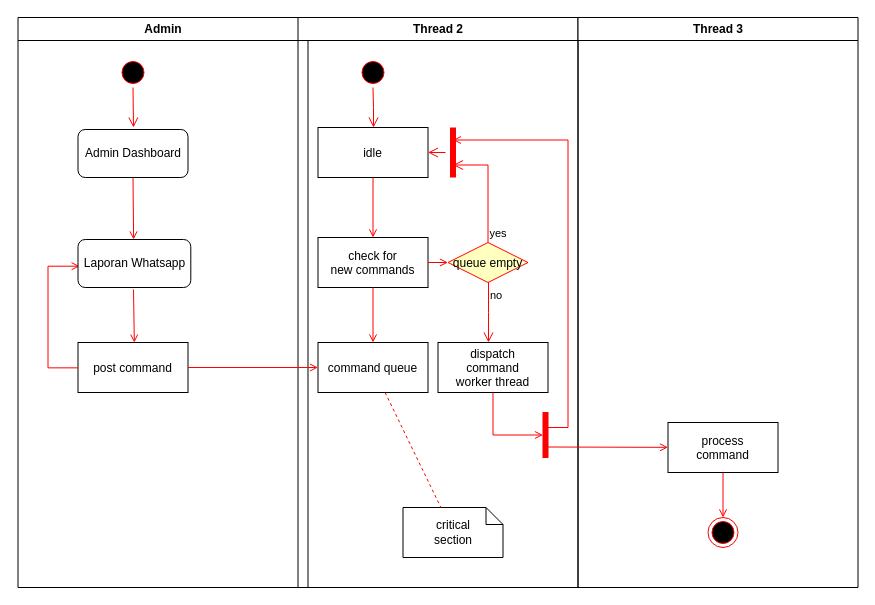
Above: Diagram Tanpa Judul.drawio in Dityaren/Diagram (draw.io), before the change. Source tidied: cells renumbered, new cells numbered last; positions are measured from the earlier drawing's top-left corner, leaving out a move shared by most shapes. Both pictures are drawn from the tidied source at 100%, with x=0, y=0 at pixel (17, 17).
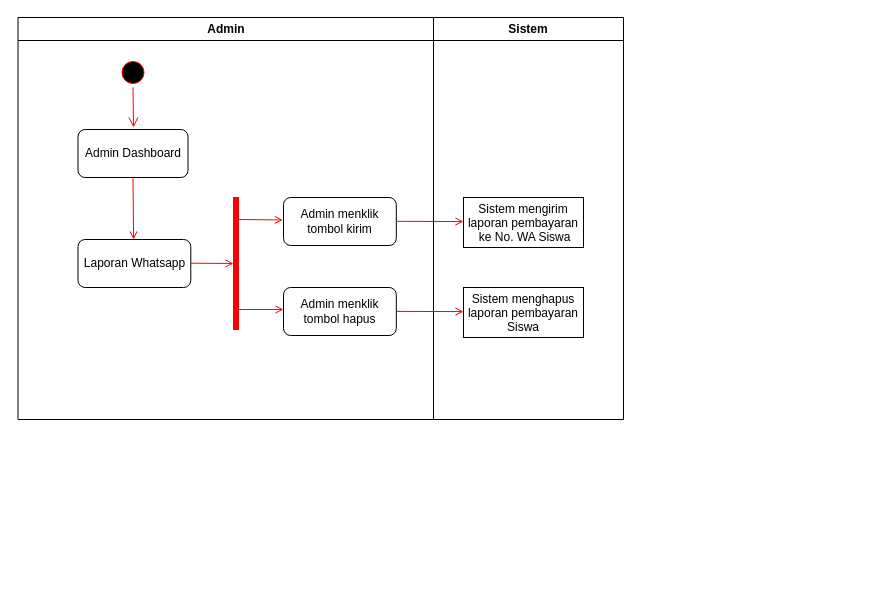
The same diagram, later.

The edit, as a diff of the source:
```diff
@@
     <mxCell id="2" value="Admin" style="swimlane;whiteSpace=wrap;" parent="1" vertex="1">
-      <mxGeometry x="0.5" width="290" height="570" as="geometry" />
+      <mxGeometry x="0.5" width="415.5" height="402" as="geometry" />
     </mxCell>
@@
-    <mxCell id="6" value="post command" parent="2" vertex="1">
-      <mxGeometry x="60" y="325" width="110" height="50" as="geometry" />
-    </mxCell>
-    <mxCell id="7" style="endArrow=open;strokeColor=#FF0000;endFill=1;rounded=0;entryX=0.512;entryY=0.003;entryDx=0;entryDy=0;entryPerimeter=0;" parent="2" edge="1" target="6">
-      <mxGeometry relative="1" as="geometry">
-        <mxPoint x="115.5" y="272" as="sourcePoint" />
-      </mxGeometry>
-    </mxCell>
-    <mxCell id="8" style="edgeStyle=elbowEdgeStyle;elbow=horizontal;strokeColor=#FF0000;endArrow=open;endFill=1;rounded=0;entryX=0.015;entryY=0.573;entryDx=0;entryDy=0;entryPerimeter=0;exitX=0;exitY=0.507;exitDx=0;exitDy=0;exitPerimeter=0;" parent="2" edge="1" source="6">
-      <mxGeometry relative="1" as="geometry">
-        <mxPoint x="61.7" y="248.7" as="targetPoint" />
-        <Array as="points">
-          <mxPoint x="30" y="250" />
-        </Array>
-      </mxGeometry>
-    </mxCell>
@@
+    <mxCell id="37" style="whiteSpace=wrap;strokeColor=#FF0000;fillColor=#FF0000;" parent="2" vertex="1">
+      <mxGeometry x="215.5" y="180" width="5" height="132" as="geometry" />
+    </mxCell>
+    <mxCell id="38" style="endArrow=open;strokeColor=#FF0000;endFill=1;rounded=0;" parent="2" edge="1">
+      <mxGeometry relative="1" as="geometry">
+        <mxPoint x="172.8" y="245.7" as="sourcePoint" />
+        <mxPoint x="215.5" y="246" as="targetPoint" />
+      </mxGeometry>
+    </mxCell>
+    <mxCell id="39" style="endArrow=open;strokeColor=#FF0000;endFill=1;rounded=0;entryX=-0.006;entryY=0.468;entryDx=0;entryDy=0;entryPerimeter=0;" parent="2" edge="1" target="41">
+      <mxGeometry relative="1" as="geometry">
+        <mxPoint x="220.5" y="202" as="sourcePoint" />
+      </mxGeometry>
+    </mxCell>
+    <mxCell id="40" style="endArrow=open;strokeColor=#FF0000;endFill=1;rounded=0;entryX=0;entryY=0.458;entryDx=0;entryDy=0;entryPerimeter=0;" parent="2" edge="1" target="42">
+      <mxGeometry relative="1" as="geometry">
+        <mxPoint x="220.5" y="292" as="sourcePoint" />
+      </mxGeometry>
+    </mxCell>
+    <mxCell id="41" value="Admin menklik tombol kirim" style="rounded=1;whiteSpace=wrap;html=1;" parent="2" vertex="1">
+      <mxGeometry x="265.5" y="180" width="112.8" height="48" as="geometry" />
+    </mxCell>
+    <mxCell id="42" value="Admin menklik tombol hapus" style="rounded=1;whiteSpace=wrap;html=1;" parent="2" vertex="1">
+      <mxGeometry x="265.5" y="270" width="112.8" height="48" as="geometry" />
+    </mxCell>
+    <mxCell id="43" style="endArrow=open;strokeColor=#FF0000;endFill=1;rounded=0;entryX=0;entryY=0.482;entryDx=0;entryDy=0;entryPerimeter=0;" parent="2" edge="1" target="14">
+      <mxGeometry relative="1" as="geometry">
+        <mxPoint x="378.2" y="203.8" as="sourcePoint" />
+      </mxGeometry>
+    </mxCell>
-    <mxCell id="11" value="Thread 2" style="swimlane;whiteSpace=wrap;" parent="1" vertex="1">
-      <mxGeometry x="280.5" width="280" height="570" as="geometry" />
+    <mxCell id="11" value="Sistem" style="swimlane;whiteSpace=wrap;" parent="1" vertex="1">
+      <mxGeometry x="416" width="190" height="402" as="geometry" />
     </mxCell>
-    <mxCell id="12" style="ellipse;shape=startState;fillColor=#000000;strokeColor=#ff0000;" parent="11" vertex="1">
-      <mxGeometry x="60" y="40" width="30" height="30" as="geometry" />
-    </mxCell>
-    <mxCell id="13" style="edgeStyle=elbowEdgeStyle;elbow=horizontal;verticalAlign=bottom;endArrow=open;endSize=8;strokeColor=#FF0000;endFill=1;rounded=0;" parent="11" edge="1" source="12" target="14">
-      <mxGeometry x="40" y="20" as="geometry" />
-    </mxCell>
-    <mxCell id="14" value="idle" parent="11" vertex="1">
-      <mxGeometry x="20" y="110" width="110" height="50" as="geometry" />
+    <mxCell id="14" value="Sistem mengirim &#10;laporan pembayaran&#10; ke No. WA Siswa" parent="11" vertex="1">
+      <mxGeometry x="30" y="180" width="120" height="50" as="geometry" />
     </mxCell>
-    <mxCell id="15" value="check for &#10;new commands" parent="11" vertex="1">
-      <mxGeometry x="20" y="220" width="110" height="50" as="geometry" />
-    </mxCell>
-    <mxCell id="16" style="endArrow=open;strokeColor=#FF0000;endFill=1;rounded=0;" parent="11" edge="1" source="14" target="15">
-      <mxGeometry relative="1" as="geometry" />
-    </mxCell>
-    <mxCell id="17" value="command queue" parent="11" vertex="1">
-      <mxGeometry x="20" y="325" width="110" height="50" as="geometry" />
-    </mxCell>
-    <mxCell id="18" style="endArrow=open;strokeColor=#FF0000;endFill=1;rounded=0;" parent="11" edge="1" source="15" target="17">
-      <mxGeometry relative="1" as="geometry" />
-    </mxCell>
-    <mxCell id="19" value="queue empty" style="rhombus;fillColor=#ffffc0;strokeColor=#ff0000;" parent="11" vertex="1">
-      <mxGeometry x="150" y="225" width="80" height="40" as="geometry" />
-    </mxCell>
-    <mxCell id="20" value="yes" style="edgeStyle=elbowEdgeStyle;elbow=horizontal;align=left;verticalAlign=bottom;endArrow=open;endSize=8;strokeColor=#FF0000;exitX=0.5;exitY=0;endFill=1;rounded=0;entryX=0.75;entryY=0.5;entryPerimeter=0;" parent="11" edge="1" source="19" target="23">
-      <mxGeometry x="-1" relative="1" as="geometry">
-        <Array as="points">
-          <mxPoint x="190" y="180" />
-        </Array>
-      </mxGeometry>
-    </mxCell>
-    <mxCell id="21" value="no" style="edgeStyle=elbowEdgeStyle;elbow=horizontal;align=left;verticalAlign=top;endArrow=open;endSize=8;strokeColor=#FF0000;endFill=1;rounded=0;" parent="11" edge="1" source="19" target="25">
-      <mxGeometry x="-1" relative="1" as="geometry" />
-    </mxCell>
-    <mxCell id="22" style="endArrow=open;strokeColor=#FF0000;endFill=1;rounded=0;" parent="11" edge="1" source="15" target="19">
-      <mxGeometry relative="1" as="geometry" />
-    </mxCell>
-    <mxCell id="23" style="shape=line;strokeWidth=6;strokeColor=#ff0000;rotation=90;" parent="11" vertex="1">
-      <mxGeometry x="130" y="127.5" width="50" height="15" as="geometry" />
-    </mxCell>
-    <mxCell id="24" style="edgeStyle=elbowEdgeStyle;elbow=horizontal;verticalAlign=bottom;endArrow=open;endSize=8;strokeColor=#FF0000;endFill=1;rounded=0;" parent="11" edge="1" source="23" target="14">
-      <mxGeometry x="130" y="90" as="geometry" />
-    </mxCell>
-    <mxCell id="25" value="dispatch&#10;command&#10;worker thread" parent="11" vertex="1">
-      <mxGeometry x="140" y="325" width="110" height="50" as="geometry" />
-    </mxCell>
-    <mxCell id="26" value="critical&#10;section" style="shape=note;whiteSpace=wrap;size=17;" parent="11" vertex="1">
-      <mxGeometry x="105" y="490" width="100" height="50" as="geometry" />
-    </mxCell>
-    <mxCell id="27" style="endArrow=none;strokeColor=#FF0000;endFill=0;rounded=0;dashed=1;" parent="11" edge="1" source="17" target="26">
-      <mxGeometry relative="1" as="geometry" />
-    </mxCell>
-    <mxCell id="28" style="whiteSpace=wrap;strokeColor=#FF0000;fillColor=#FF0000;" parent="11" vertex="1">
-      <mxGeometry x="245" y="395" width="5" height="45" as="geometry" />
-    </mxCell>
-    <mxCell id="29" style="edgeStyle=elbowEdgeStyle;elbow=horizontal;entryX=0;entryY=0.5;strokeColor=#FF0000;endArrow=open;endFill=1;rounded=0;" parent="11" edge="1" source="25" target="28">
-      <mxGeometry relative="1" as="geometry">
-        <Array as="points">
-          <mxPoint x="195" y="400" />
-        </Array>
-      </mxGeometry>
-    </mxCell>
-    <mxCell id="30" value="Thread 3" style="swimlane;whiteSpace=wrap;" parent="1" vertex="1">
-      <mxGeometry x="560.5" width="280" height="570" as="geometry" />
-    </mxCell>
-    <mxCell id="31" value="process&#10;command" parent="30" vertex="1">
-      <mxGeometry x="90" y="405" width="110" height="50" as="geometry" />
-    </mxCell>
-    <mxCell id="32" style="edgeStyle=elbowEdgeStyle;elbow=horizontal;strokeColor=#FF0000;endArrow=open;endFill=1;rounded=0;entryX=0.25;entryY=0.5;entryPerimeter=0;" parent="30" edge="1" target="23">
-      <mxGeometry relative="1" as="geometry">
-        <mxPoint x="-30" y="410" as="sourcePoint" />
-        <Array as="points">
-          <mxPoint x="-10" y="135" />
-        </Array>
-      </mxGeometry>
-    </mxCell>
-    <mxCell id="33" style="edgeStyle=none;strokeColor=#FF0000;endArrow=open;endFill=1;rounded=0;" parent="30" edge="1" target="31">
-      <mxGeometry relative="1" as="geometry">
-        <mxPoint x="-30" y="429.5" as="sourcePoint" />
-      </mxGeometry>
-    </mxCell>
-    <mxCell id="34" style="ellipse;shape=endState;fillColor=#000000;strokeColor=#ff0000;" parent="30" vertex="1">
-      <mxGeometry x="130" y="500" width="30" height="30" as="geometry" />
-    </mxCell>
-    <mxCell id="35" style="endArrow=open;strokeColor=#FF0000;endFill=1;rounded=0;" parent="30" edge="1" source="31" target="34">
-      <mxGeometry relative="1" as="geometry" />
-    </mxCell>
-    <mxCell id="36" style="endArrow=open;strokeColor=#FF0000;endFill=1;rounded=0;" parent="1" edge="1" source="6" target="17">
-      <mxGeometry relative="1" as="geometry" />
-    </mxCell>
+    <mxCell id="44" value="Sistem menghapus&#10;laporan pembayaran&#10;Siswa" parent="11" vertex="1">
+      <mxGeometry x="30" y="270" width="120" height="50" as="geometry" />
+    </mxCell>
+    <mxCell id="45" style="endArrow=open;strokeColor=#FF0000;endFill=1;rounded=0;entryX=0;entryY=0.482;entryDx=0;entryDy=0;entryPerimeter=0;exitX=1.003;exitY=0.498;exitDx=0;exitDy=0;exitPerimeter=0;" parent="1" edge="1" source="42" target="44">
+      <mxGeometry relative="1" as="geometry" />
+    </mxCell>
```
